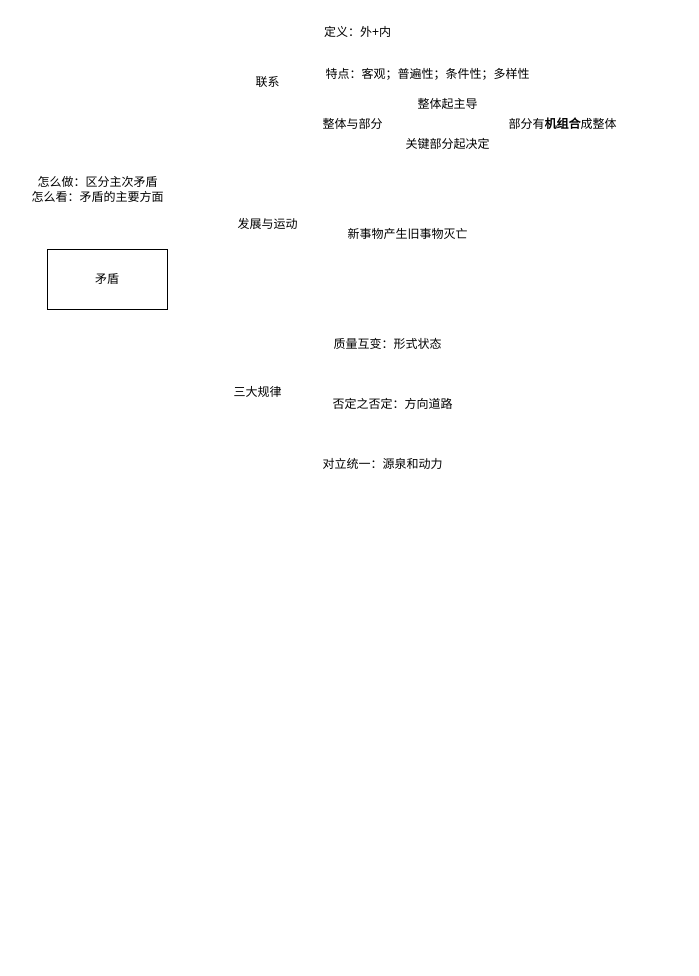
The draw.io diagram 公积.drawio in cguank/-, before the edit. Source tidied: cells renumbered, new cells numbered last; positions are measured from the earlier drawing's top-left corner, leaving out a move shared by most shapes. Both pictures are drawn from the tidied source at 100%, with x=0, y=0 at pixel (17, 17).
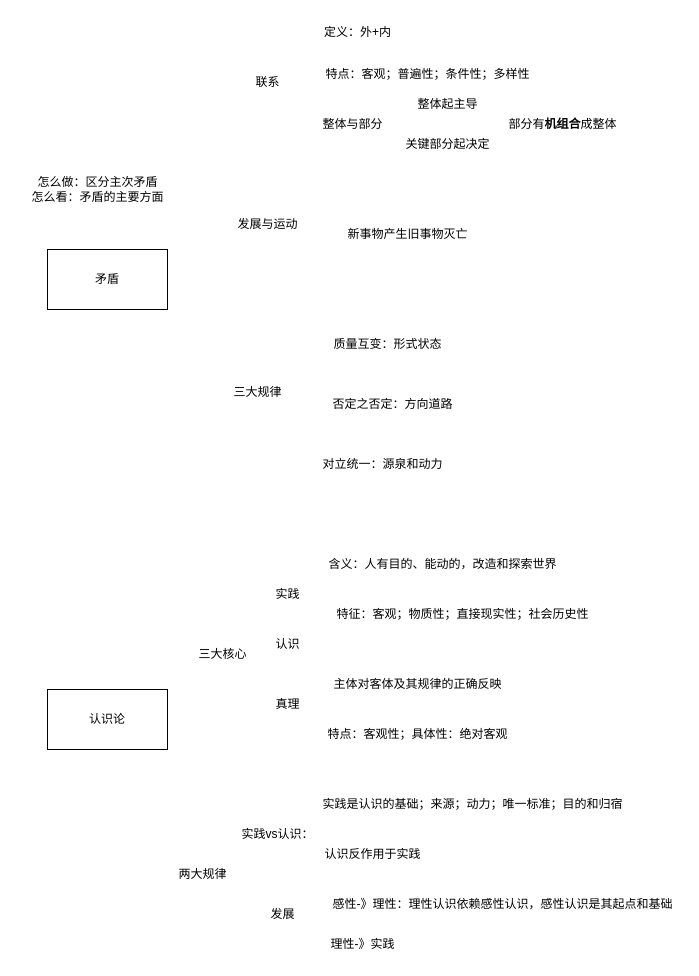
After the change.

The edit, as a diff of the source:
```diff
@@
+    <mxCell id="17" value="认识论" style="whiteSpace=wrap;html=1;" parent="1" vertex="1">
+      <mxGeometry x="30" y="672" width="120" height="60" as="geometry" />
+    </mxCell>
+    <mxCell id="18" value="三大核心" style="text;html=1;align=center;verticalAlign=middle;strokeColor=none;fillColor=none;" parent="1" vertex="1">
+      <mxGeometry x="170" y="622" width="70" height="30" as="geometry" />
+    </mxCell>
+    <mxCell id="19" value="两大规律" style="text;html=1;align=center;verticalAlign=middle;strokeColor=none;fillColor=none;" parent="1" vertex="1">
+      <mxGeometry x="150" y="842" width="70" height="30" as="geometry" />
+    </mxCell>
+    <mxCell id="20" value="实践" style="text;html=1;align=center;verticalAlign=middle;strokeColor=none;fillColor=none;" parent="1" vertex="1">
+      <mxGeometry x="245" y="562" width="50" height="30" as="geometry" />
+    </mxCell>
+    <mxCell id="21" value="认识" style="text;html=1;align=center;verticalAlign=middle;strokeColor=none;fillColor=none;" parent="1" vertex="1">
+      <mxGeometry x="245" y="612" width="50" height="30" as="geometry" />
+    </mxCell>
+    <mxCell id="22" value="真理" style="text;html=1;align=center;verticalAlign=middle;strokeColor=none;fillColor=none;" parent="1" vertex="1">
+      <mxGeometry x="245" y="672" width="50" height="30" as="geometry" />
+    </mxCell>
+    <mxCell id="23" value="含义：人有目的、能动的，改造和探索世界" style="text;html=1;align=center;verticalAlign=middle;strokeColor=none;fillColor=none;" parent="1" vertex="1">
+      <mxGeometry x="300" y="532" width="250" height="30" as="geometry" />
+    </mxCell>
+    <mxCell id="24" value="特征：客观；物质性；直接现实性；社会历史性" style="text;html=1;align=center;verticalAlign=middle;strokeColor=none;fillColor=none;" parent="1" vertex="1">
+      <mxGeometry x="305" y="582" width="280" height="30" as="geometry" />
+    </mxCell>
+    <mxCell id="25" value="主体对客体及其规律的正确反映" style="text;html=1;align=center;verticalAlign=middle;strokeColor=none;fillColor=none;" parent="1" vertex="1">
+      <mxGeometry x="305" y="652" width="190" height="30" as="geometry" />
+    </mxCell>
+    <mxCell id="26" value="特点：客观性；具体性：绝对客观" style="text;html=1;align=center;verticalAlign=middle;strokeColor=none;fillColor=none;" parent="1" vertex="1">
+      <mxGeometry x="300" y="702" width="200" height="30" as="geometry" />
+    </mxCell>
+    <mxCell id="27" value="实践vs认识：" style="text;html=1;align=center;verticalAlign=middle;strokeColor=none;fillColor=none;" parent="1" vertex="1">
+      <mxGeometry x="210" y="802" width="100" height="30" as="geometry" />
+    </mxCell>
+    <mxCell id="28" value="实践是认识的基础；来源；动力；唯一标准；目的和归宿" style="text;html=1;align=center;verticalAlign=middle;strokeColor=none;fillColor=none;" parent="1" vertex="1">
+      <mxGeometry x="295" y="772" width="320" height="30" as="geometry" />
+    </mxCell>
+    <mxCell id="29" value="认识反作用于实践" style="text;html=1;align=center;verticalAlign=middle;strokeColor=none;fillColor=none;" parent="1" vertex="1">
+      <mxGeometry x="295" y="822" width="120" height="30" as="geometry" />
+    </mxCell>
+    <mxCell id="30" value="发展" style="text;html=1;align=center;verticalAlign=middle;strokeColor=none;fillColor=none;" parent="1" vertex="1">
+      <mxGeometry x="240" y="882" width="50" height="30" as="geometry" />
+    </mxCell>
+    <mxCell id="31" value="感性-》理性：理性认识依赖感性认识，感性认识是其起点和基础" style="text;html=1;align=center;verticalAlign=middle;strokeColor=none;fillColor=none;" parent="1" vertex="1">
+      <mxGeometry x="305" y="872" width="360" height="30" as="geometry" />
+    </mxCell>
+    <mxCell id="32" value="理性-》实践" style="text;html=1;align=center;verticalAlign=middle;strokeColor=none;fillColor=none;" parent="1" vertex="1">
+      <mxGeometry x="300" y="912" width="90" height="30" as="geometry" />
+    </mxCell>
```
